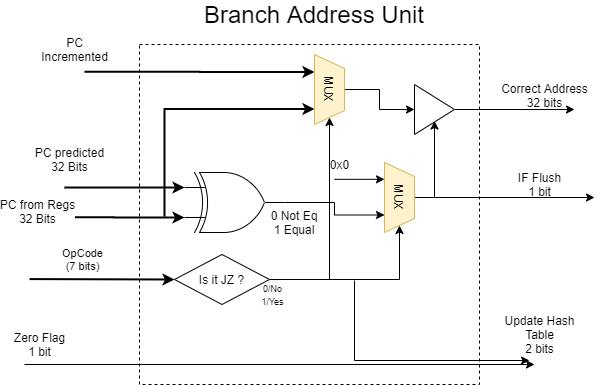
Above: docs/Designs/Branch Address Unit.png in mido3ds/pipeline-risc-cpu (draw.io), before the change. Source tidied: cells renumbered, new cells last; positions are measured from the earlier drawing's top-left corner, leaving out a move shared by most shapes.
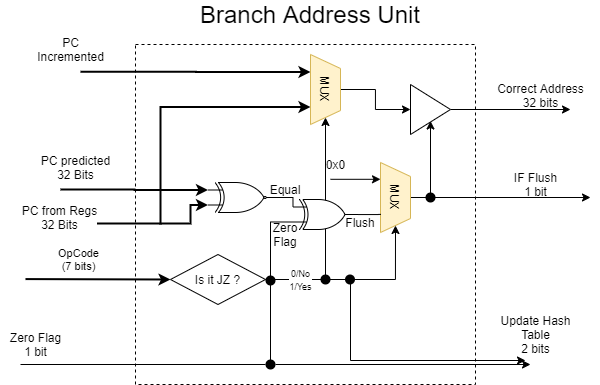
After the commit.

Commit message:
updated branch address unit

Diff of the diagram source:
```diff
@@ -13,9 +13,6 @@
     <mxCell id="4" value="&lt;font style=&quot;font-size: 24px&quot;&gt;Branch Address Unit&lt;/font&gt;" style="text;html=1;strokeColor=none;fillColor=none;align=center;verticalAlign=middle;whiteSpace=wrap;rounded=0;" parent="1" vertex="1">
       <mxGeometry x="180" width="260" height="20" as="geometry" />
     </mxCell>
-    <mxCell id="5" value="&lt;font style=&quot;font-size: 9px&quot;&gt;0/No&lt;br&gt;1/Yes&lt;/font&gt;" style="edgeStyle=orthogonalEdgeStyle;rounded=0;jettySize=auto;html=1;entryX=1;entryY=0.5;entryDx=0;entryDy=0;" parent="1" edge="1" source="6" target="8">
-      <mxGeometry x="-0.96" y="-15" relative="1" as="geometry" />
-    </mxCell>
     <mxCell id="6" value="Is it JZ ?" style="rhombus;whiteSpace=wrap;html=1;" parent="1" vertex="1">
       <mxGeometry x="170" y="250" width="95" height="50" as="geometry" />
     </mxCell>
@@ -44,17 +41,14 @@
         <mxPoint x="-13" y="19.4" as="offset" />
       </mxGeometry>
     </mxCell>
-    <mxCell id="12" value="0 Not Eq&lt;br&gt;1 Equal" style="text;html=1;strokeColor=none;fillColor=none;align=center;verticalAlign=middle;whiteSpace=wrap;rounded=0;" parent="1" vertex="1">
-      <mxGeometry x="260" y="208" width="60" height="20" as="geometry" />
-    </mxCell>
-    <mxCell id="13" style="edgeStyle=orthogonalEdgeStyle;rounded=0;jumpSize=23;jettySize=auto;html=1;exitX=0;exitY=0.25;exitDx=0;exitDy=0;exitPerimeter=0;strokeWidth=2;entryX=0;entryY=0.25;entryDx=0;entryDy=0;entryPerimeter=0;" parent="1" edge="1" target="17">
-      <mxGeometry relative="1" as="geometry">
-        <mxPoint x="60" y="183" as="sourcePoint" />
-      </mxGeometry>
-    </mxCell>
-    <mxCell id="14" style="edgeStyle=orthogonalEdgeStyle;rounded=0;jumpSize=23;jettySize=auto;html=1;exitX=0;exitY=0.75;exitDx=0;exitDy=0;exitPerimeter=0;strokeWidth=2;entryX=0;entryY=0.75;entryDx=0;entryDy=0;entryPerimeter=0;" parent="1" edge="1" target="17">
+    <mxCell id="14" style="edgeStyle=orthogonalEdgeStyle;rounded=0;jumpSize=23;jettySize=auto;html=1;exitX=0;exitY=0.75;exitDx=0;exitDy=0;exitPerimeter=0;strokeWidth=2;entryX=0;entryY=0.75;entryDx=0;entryDy=0;entryPerimeter=0;" parent="1" edge="1" target="37">
       <mxGeometry relative="1" as="geometry">
         <mxPoint x="40" y="212.7" as="sourcePoint" />
+        <Array as="points">
+          <mxPoint x="40" y="219" />
+          <mxPoint x="190" y="219" />
+          <mxPoint x="190" y="201" />
+        </Array>
       </mxGeometry>
     </mxCell>
     <mxCell id="15" value="PC from Regs&lt;br&gt;32 Bits" style="text;html=1;align=center;verticalAlign=middle;labelBackgroundColor=#ffffff;" parent="14" vertex="1">
@@ -62,14 +56,8 @@
         <mxPoint x="-94.1" y="-4.7" as="offset" />
       </mxGeometry>
     </mxCell>
-    <mxCell id="16" style="edgeStyle=orthogonalEdgeStyle;rounded=0;jumpSize=23;jettySize=auto;html=1;entryX=0.75;entryY=1;entryDx=0;entryDy=0;strokeWidth=1;" parent="1" edge="1" source="17" target="8">
-      <mxGeometry relative="1" as="geometry" />
-    </mxCell>
-    <mxCell id="17" style="verticalLabelPosition=bottom;shadow=0;dashed=0;align=center;html=1;verticalAlign=top;shape=mxgraph.electrical.logic_gates.logic_gate;operation=xor;" parent="1" vertex="1">
-      <mxGeometry x="180" y="168" width="100" height="60" as="geometry" />
-    </mxCell>
     <mxCell id="18" value="PC predicted&lt;br&gt;32 Bits" style="text;html=1;align=center;verticalAlign=middle;" parent="1" vertex="1">
-      <mxGeometry x="20" y="140" width="90" height="30" as="geometry" />
+      <mxGeometry x="30" y="148" width="90" height="30" as="geometry" />
     </mxCell>
     <mxCell id="19" style="endArrow=classic;html=1;strokeWidth=1;" parent="1" edge="1">
       <mxGeometry relative="1" as="geometry">
@@ -92,9 +80,8 @@
     <mxCell id="22" value="Update Hash&lt;br&gt;Table&lt;br&gt;2 bits" style="text;html=1;align=center;verticalAlign=middle;" parent="1" vertex="1">
       <mxGeometry x="490" y="305" width="90" height="50" as="geometry" />
     </mxCell>
-    <mxCell id="23" style="endArrow=classic;html=1;strokeWidth=1;" parent="1" edge="1">
+    <mxCell id="23" style="endArrow=classic;html=1;strokeWidth=1;" parent="1" edge="1" source="44">
       <mxGeometry relative="1" as="geometry">
-        <mxPoint x="20" y="360" as="sourcePoint" />
         <mxPoint x="530" y="360" as="targetPoint" />
       </mxGeometry>
     </mxCell>
@@ -123,12 +110,12 @@
     <mxCell id="29" style="edgeStyle=orthogonalEdgeStyle;rounded=0;jettySize=auto;html=1;entryX=0;entryY=0.5;entryDx=0;entryDy=0;" parent="1" edge="1" source="32" target="27">
       <mxGeometry relative="1" as="geometry" />
     </mxCell>
-    <mxCell id="30" style="edgeStyle=orthogonalEdgeStyle;rounded=0;orthogonalLoop=1;jettySize=auto;html=1;exitX=0.75;exitY=1;exitDx=0;exitDy=0;entryX=0.75;entryY=1;entryDx=0;entryDy=0;strokeWidth=2;" parent="1" edge="1">
+    <mxCell id="30" style="edgeStyle=orthogonalEdgeStyle;rounded=0;orthogonalLoop=1;jettySize=auto;html=1;entryX=0.75;entryY=1;entryDx=0;entryDy=0;strokeWidth=2;" parent="1" edge="1">
       <mxGeometry relative="1" as="geometry">
-        <mxPoint x="160" y="212" as="sourcePoint" />
-        <mxPoint x="310" y="104.5" as="targetPoint" />
+        <mxPoint x="160" y="220" as="sourcePoint" />
+        <mxPoint x="310" y="102.5" as="targetPoint" />
         <Array as="points">
-          <mxPoint x="160" y="105" />
+          <mxPoint x="160" y="103" />
         </Array>
       </mxGeometry>
     </mxCell>
@@ -146,5 +133,59 @@
     <mxCell id="34" value="PC&lt;br&gt;Incremented" style="text;html=1;align=center;verticalAlign=middle;" parent="1" vertex="1">
       <mxGeometry x="30" y="30" width="80" height="30" as="geometry" />
     </mxCell>
+    <mxCell id="35" style="edgeStyle=orthogonalEdgeStyle;rounded=0;jettySize=auto;html=1;exitX=0;exitY=0.25;exitDx=0;exitDy=0;exitPerimeter=0;entryX=0;entryY=0.25;entryDx=0;entryDy=0;entryPerimeter=0;strokeWidth=2;" parent="1" edge="1" target="37">
+      <mxGeometry relative="1" as="geometry">
+        <mxPoint x="60" y="185" as="sourcePoint" />
+      </mxGeometry>
+    </mxCell>
+    <mxCell id="36" style="edgeStyle=orthogonalEdgeStyle;rounded=0;jettySize=auto;html=1;exitX=1;exitY=0.5;exitDx=0;exitDy=0;exitPerimeter=0;entryX=0;entryY=0.25;entryDx=0;entryDy=0;entryPerimeter=0;strokeWidth=1;endArrow=none;endFill=0;" parent="1" edge="1" source="37" target="40">
+      <mxGeometry relative="1" as="geometry" />
+    </mxCell>
+    <mxCell id="37" style="verticalLabelPosition=bottom;shadow=0;dashed=0;align=center;html=1;verticalAlign=top;shape=mxgraph.electrical.logic_gates.logic_gate;operation=xor;negating=1;" parent="1" vertex="1">
+      <mxGeometry x="207.5" y="178" width="70" height="30" as="geometry" />
+    </mxCell>
+    <mxCell id="38" style="edgeStyle=orthogonalEdgeStyle;rounded=0;jettySize=auto;html=1;exitX=0;exitY=0.75;exitDx=0;exitDy=0;exitPerimeter=0;endArrow=none;endFill=0;strokeWidth=1;" parent="1" edge="1" source="40">
+      <mxGeometry relative="1" as="geometry">
+        <mxPoint x="270" y="360" as="targetPoint" />
+      </mxGeometry>
+    </mxCell>
+    <mxCell id="39" style="edgeStyle=orthogonalEdgeStyle;rounded=0;jettySize=auto;html=1;entryX=0.741;entryY=0.986;entryDx=0;entryDy=0;entryPerimeter=0;endArrow=none;endFill=0;strokeWidth=1;" parent="1" edge="1" source="40" target="8">
+      <mxGeometry relative="1" as="geometry" />
+    </mxCell>
+    <mxCell id="40" style="verticalLabelPosition=bottom;shadow=0;dashed=0;align=center;html=1;verticalAlign=top;shape=mxgraph.electrical.logic_gates.logic_gate;operation=xor;" parent="1" vertex="1">
+      <mxGeometry x="292.5" y="195" width="65" height="30" as="geometry" />
+    </mxCell>
+    <mxCell id="5" value="&lt;font style=&quot;font-size: 9px&quot;&gt;0/No&lt;br&gt;1/Yes&lt;/font&gt;" style="edgeStyle=orthogonalEdgeStyle;rounded=0;jettySize=auto;html=1;entryX=1;entryY=0.5;entryDx=0;entryDy=0;" parent="1" edge="1" source="6" target="8">
+      <mxGeometry x="-0.62" relative="1" as="geometry" />
+    </mxCell>
+    <mxCell id="41" value="Zero Flag" style="text;html=1;strokeColor=none;fillColor=none;align=center;verticalAlign=middle;whiteSpace=wrap;rounded=0;" parent="1" vertex="1">
+      <mxGeometry x="265" y="220" width="40" height="20" as="geometry" />
+    </mxCell>
+    <mxCell id="42" value="Equal" style="text;html=1;strokeColor=none;fillColor=none;align=center;verticalAlign=middle;whiteSpace=wrap;rounded=0;" parent="1" vertex="1">
+      <mxGeometry x="265" y="175" width="40" height="20" as="geometry" />
+    </mxCell>
+    <mxCell id="43" value="Flush" style="text;html=1;strokeColor=none;fillColor=none;align=center;verticalAlign=middle;whiteSpace=wrap;rounded=0;" parent="1" vertex="1">
+      <mxGeometry x="340" y="208" width="40" height="20" as="geometry" />
+    </mxCell>
+    <mxCell id="44" style="shape=ellipse;fillColor=#000000;strokeColor=none;html=1;" parent="1" vertex="1">
+      <mxGeometry x="265" y="355" width="10" height="10" as="geometry" />
+    </mxCell>
+    <mxCell id="45" style="endArrow=none;html=1;strokeWidth=1;endFill=0;" parent="1" edge="1" target="44">
+      <mxGeometry relative="1" as="geometry">
+        <mxPoint x="20" y="360" as="sourcePoint" />
+      </mxGeometry>
+    </mxCell>
+    <mxCell id="46" style="shape=ellipse;fillColor=#000000;strokeColor=none;html=1;" parent="1" vertex="1">
+      <mxGeometry x="320" y="270" width="10" height="10" as="geometry" />
+    </mxCell>
+    <mxCell id="47" style="shape=ellipse;fillColor=#000000;strokeColor=none;html=1;" parent="1" vertex="1">
+      <mxGeometry x="344.5" y="270" width="10" height="10" as="geometry" />
+    </mxCell>
+    <mxCell id="48" style="shape=ellipse;fillColor=#000000;strokeColor=none;html=1;" parent="1" vertex="1">
+      <mxGeometry x="265" y="271" width="10" height="10" as="geometry" />
+    </mxCell>
+    <mxCell id="49" style="shape=ellipse;fillColor=#000000;strokeColor=none;html=1;" parent="1" vertex="1">
+      <mxGeometry x="425" y="188" width="10" height="10" as="geometry" />
+    </mxCell>
   </root>
 </mxGraphModel>
```
